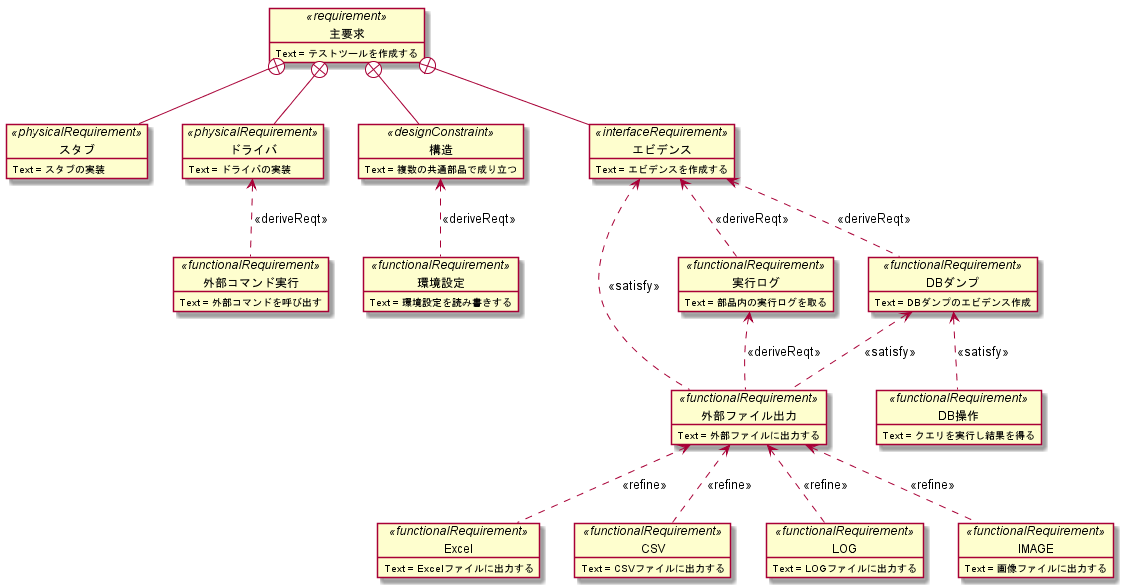
Above: doc/01_要件定義/img/要求図.png in hirorich/CommonTool (PlantUML), before the change.
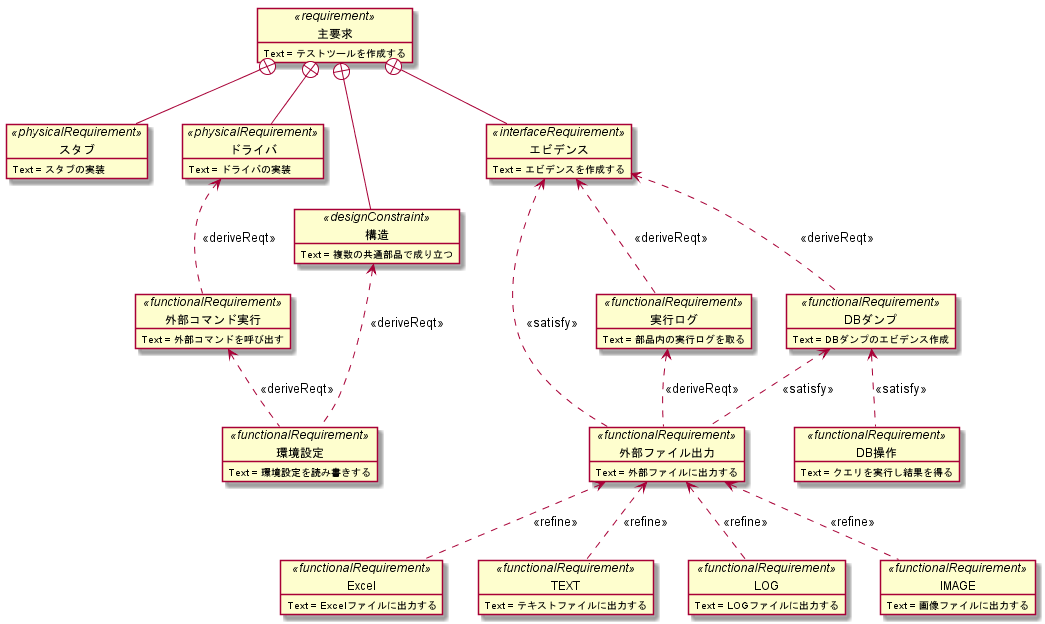
After the change.

Change to the diagram source:
```diff
@@ -27,6 +27,7 @@
 object 環境設定<<functionalRequirement>> {
   Text = 環境設定を読み書きする
 }
+外部コマンド実行 <.. 環境設定:<<deriveReqt>>
 構造 <.. 環境設定:<<deriveReqt>>
 
 object エビデンス<<interfaceRequirement>> {
@@ -61,10 +62,10 @@
 }
 外部ファイル出力 <.. Excel:<<refine>>
 
-object CSV<<functionalRequirement>> {
-  Text = CSVファイルに出力する
+object TEXT<<functionalRequirement>> {
+  Text = テキストファイルに出力する
 }
-外部ファイル出力 <.. CSV:<<refine>>
+外部ファイル出力 <.. TEXT:<<refine>>
 
 object LOG<<functionalRequirement>> {
   Text = LOGファイルに出力する
```
